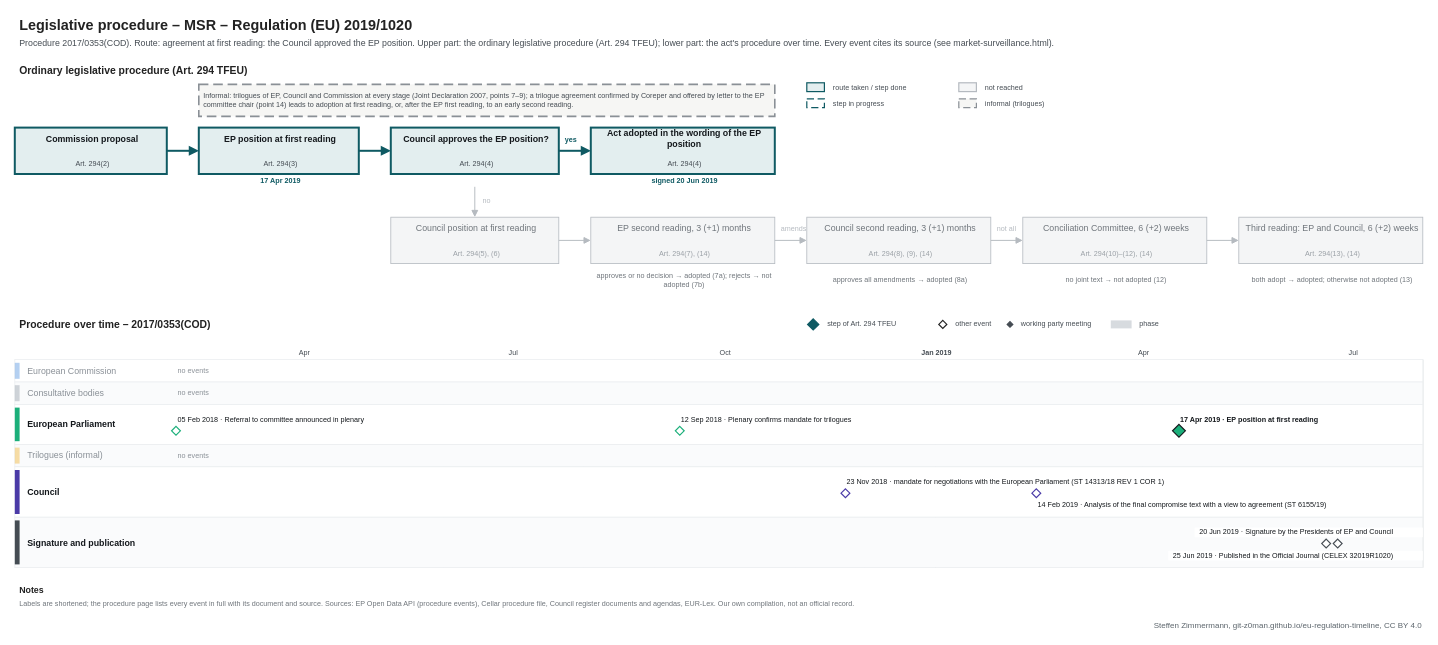
git-z0man/eu-regulation-timeline keeps this draw.io diagram as procedures/market-surveillance.drawio. Above is the earlier version. Source tidied: cells renumbered, new cells numbered last; positions are measured from the earlier drawing's top-left corner, leaving out a move shared by most shapes. Both pictures are drawn from the tidied source at 80%, with x=0, y=0 at pixel (14, 14).
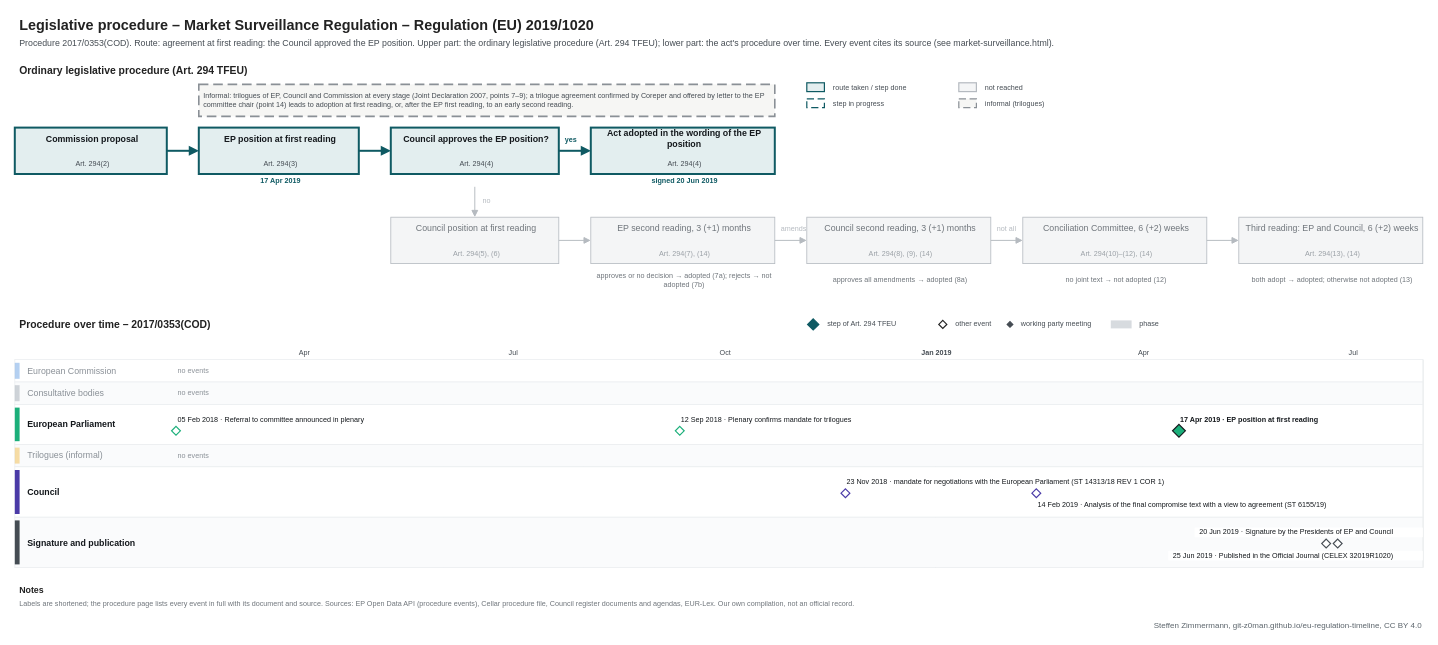
Above is the later version.

The edit, as a diff of the source:
```diff
@@
-    <mxCell id="2" value="Legislative procedure – MSR – Regulation (EU) 2019/1020" style="text;html=1;fontSize=18;fontColor=#222222;align=left;verticalAlign=middle;spacingLeft=4;fontStyle=1;" parent="1" vertex="1">
+    <mxCell id="2" value="Legislative procedure – Market Surveillance Regulation – Regulation (EU) 2019/1020" style="text;html=1;fontSize=18;fontColor=#222222;align=left;verticalAlign=middle;spacingLeft=4;fontStyle=1;" parent="1" vertex="1">
       <mxGeometry width="1600" height="28" as="geometry" />
     </mxCell>
```
